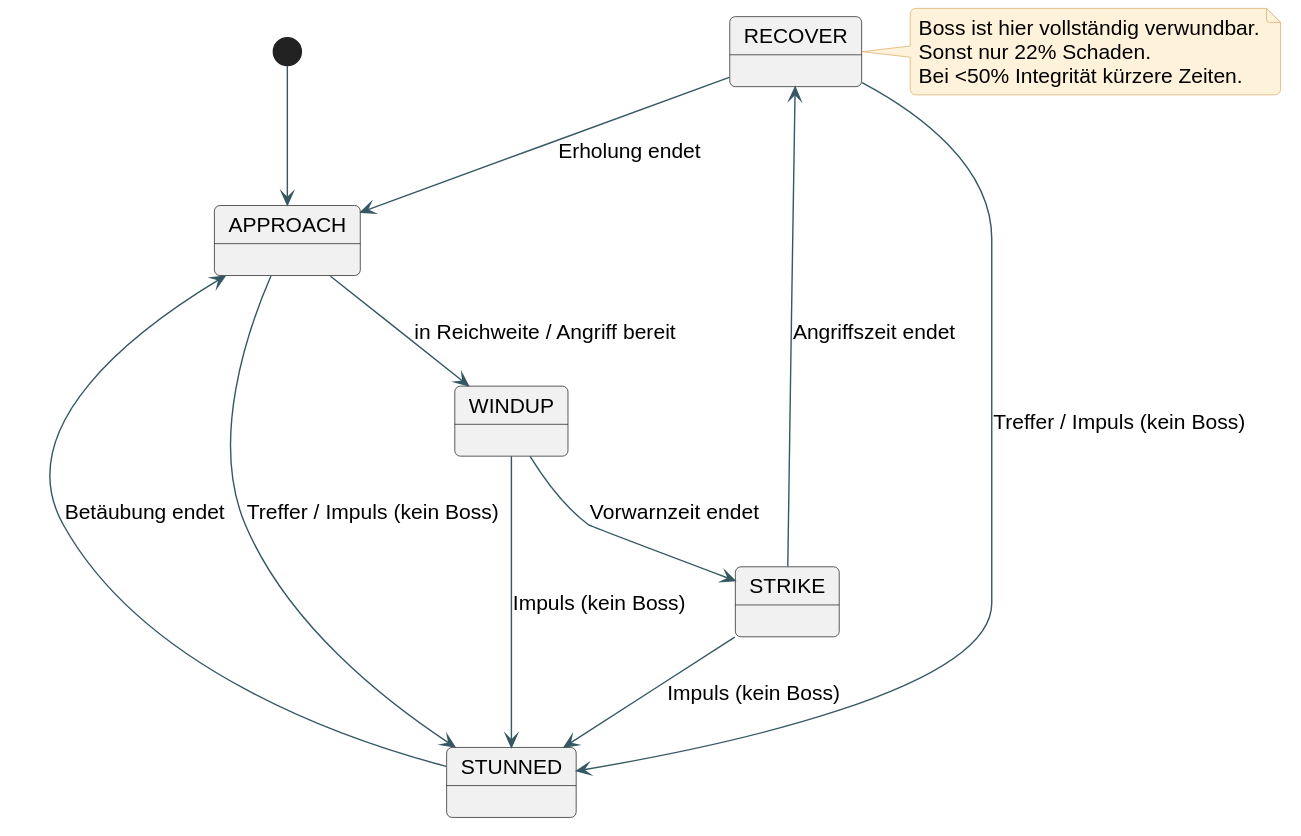
Above: docs/diagrams/11-enemy-state.svg in bassdav2/abyss (PlantUML), before the change. The source it was exported from:
```plantuml
@startuml
skinparam backgroundColor #FFFFFF
skinparam defaultFontName Arial
skinparam defaultFontSize 15
skinparam shadowing false
skinparam roundcorner 8
skinparam ArrowColor #355863
skinparam classBackgroundColor #EAF3F2
skinparam classBorderColor #355863
skinparam participantBackgroundColor #EAF3F2
skinparam participantBorderColor #355863
skinparam sequenceLifeLineBorderColor #7A979C
skinparam noteBackgroundColor #FFF2DA
skinparam noteBorderColor #D8AA64
skinparam packageBackgroundColor #F5F8F7
skinparam packageBorderColor #6E8B91
hide empty members
[*] --> APPROACH
APPROACH --> WINDUP : in Reichweite / Angriff bereit
WINDUP --> STRIKE : Vorwarnzeit endet
STRIKE --> RECOVER : Angriffszeit endet
RECOVER --> APPROACH : Erholung endet
APPROACH --> STUNNED : Treffer / Impuls (kein Boss)
RECOVER --> STUNNED : Treffer / Impuls (kein Boss)
WINDUP --> STUNNED : Impuls (kein Boss)
STRIKE --> STUNNED : Impuls (kein Boss)
STUNNED --> APPROACH : Betäubung endet
note right of RECOVER
Boss ist hier vollständig verwundbar.
Sonst nur 22% Schaden.
Bei <50% Integrität kürzere Zeiten.
end note
@enduml
```
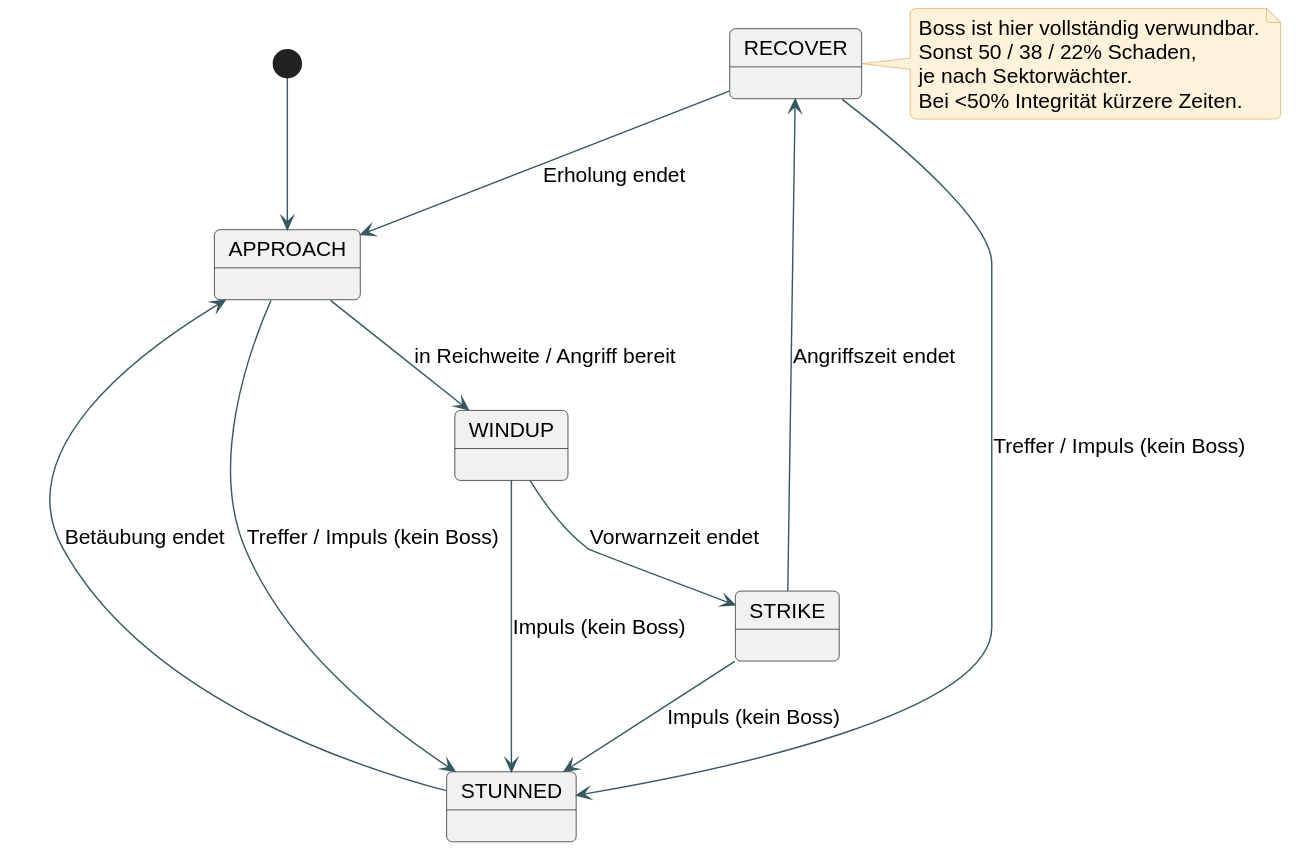
The same diagram one commit later.

What changed in the source:
```diff
@@ -27,7 +27,8 @@
 STUNNED --> APPROACH : Betäubung endet
 note right of RECOVER
 Boss ist hier vollständig verwundbar.
-Sonst nur 22% Schaden.
+Sonst 50 / 38 / 22% Schaden,
+je nach Sektorwächter.
 Bei <50% Integrität kürzere Zeiten.
 end note
 @enduml
```
